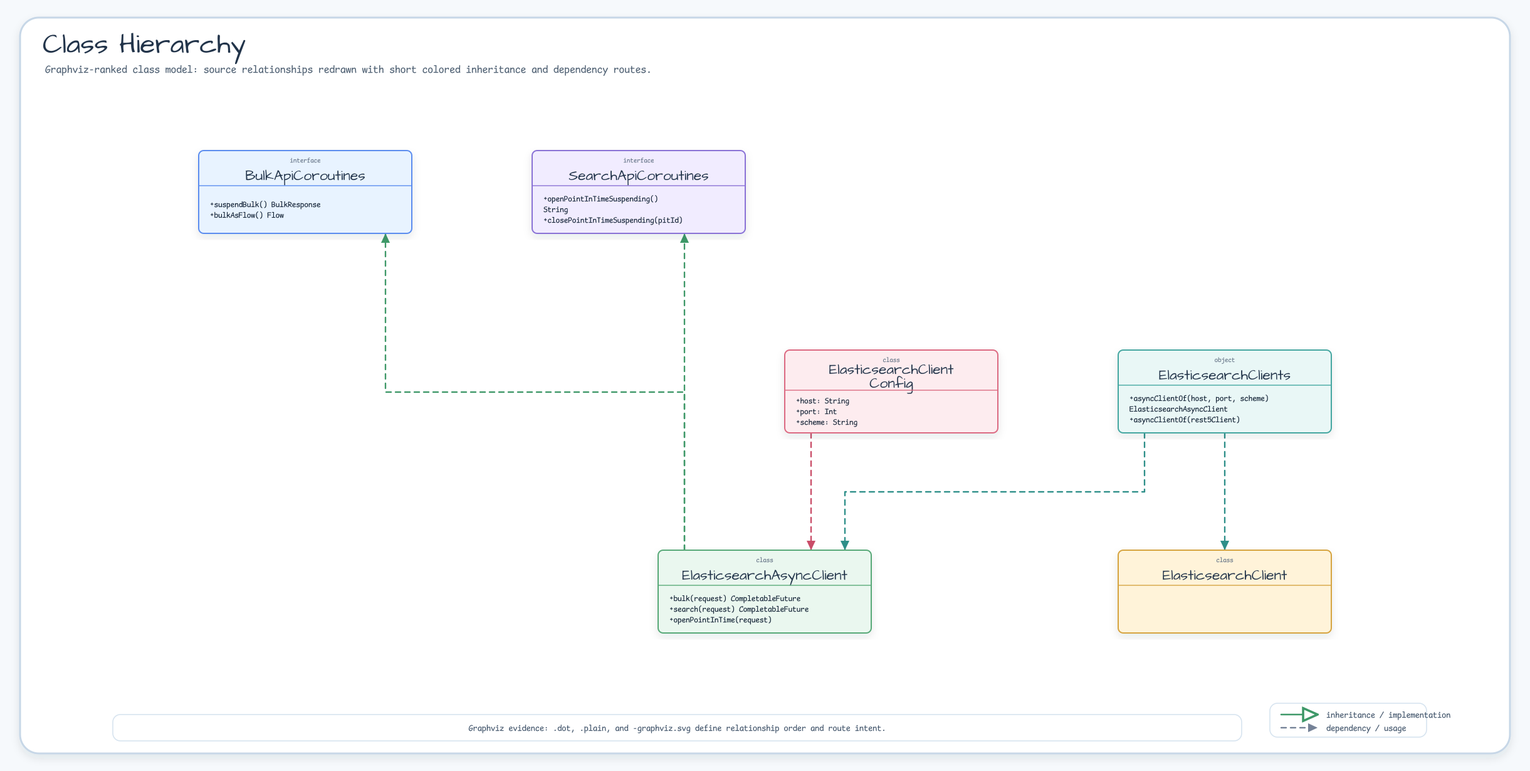
This is docs/images/readme-diagrams/infra-elasticsearch-diagram-01.png from bluetape4k/bluetape4k-projects, a Graphviz export, as it was before one commit. Its source is kept beside it as docs/images/readme-diagrams/infra-elasticsearch-diagram-01.dot.
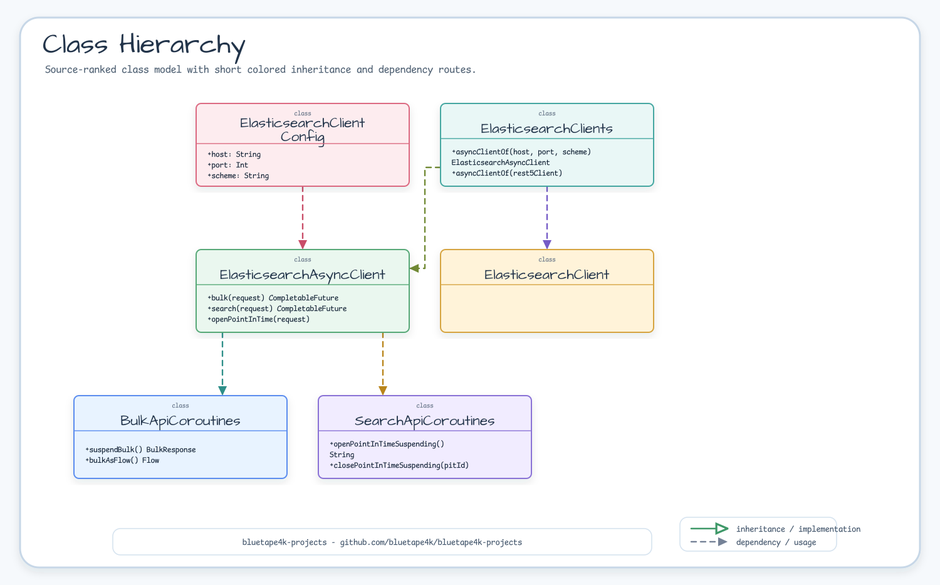
The same file after the commit.

Change to the diagram source:
```diff
@@ -8,10 +8,9 @@
   ElasticsearchClient [label="ElasticsearchClient", fillcolor="#FFF3D9", color="#D6A441"];
   ElasticsearchClientConfig [label="ElasticsearchClientConfig", fillcolor="#FDECEF", color="#DC6B82"];
   SearchApiCoroutines [label="SearchApiCoroutines", fillcolor="#F1ECFF", color="#8A72D6"];
-  { rank=source; BulkApiCoroutines; SearchApiCoroutines; }
-  ElasticsearchAsyncClient -> BulkApiCoroutines [color="#3E9868", fontcolor="#3E9868", style="dashed", arrowhead="none", weight=2];
-  ElasticsearchAsyncClient -> SearchApiCoroutines [color="#3E9868", fontcolor="#3E9868", style="dashed", arrowhead="none", weight=2];
+  ElasticsearchAsyncClient -> BulkApiCoroutines [color="#2E8F89", fontcolor="#2E8F89", style="dashed", arrowhead="none", weight=2];
+  ElasticsearchAsyncClient -> SearchApiCoroutines [color="#B9851B", fontcolor="#B9851B", style="dashed", arrowhead="none", weight=2];
   ElasticsearchClientConfig -> ElasticsearchAsyncClient [color="#C94D68", fontcolor="#C94D68", style="dashed", arrowhead="none", weight=2];
-  ElasticsearchClients -> ElasticsearchClient [color="#2E8F89", fontcolor="#2E8F89", style="dashed", arrowhead="none", weight=2];
-  ElasticsearchClients -> ElasticsearchAsyncClient [color="#2E8F89", fontcolor="#2E8F89", style="dashed", arrowhead="none", weight=2];
+  ElasticsearchClients -> ElasticsearchClient [color="#755BC6", fontcolor="#755BC6", style="dashed", arrowhead="none", weight=2];
+  ElasticsearchClients -> ElasticsearchAsyncClient [color="#718A35", fontcolor="#718A35", style="dashed", arrowhead="none", weight=2];
 }
```
